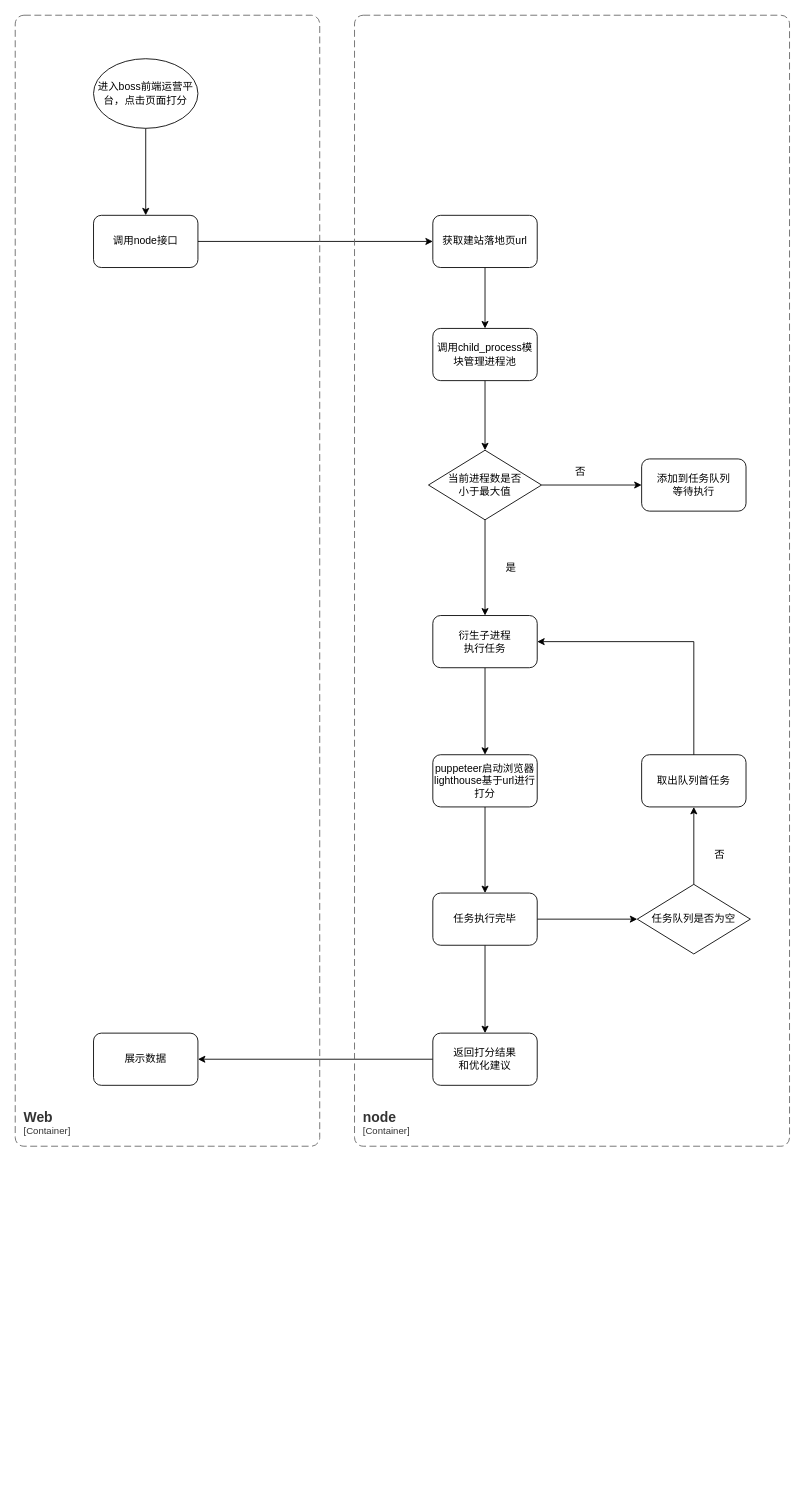
Hantron/jira keeps this draw.io diagram as 萤火虫接入lighthouse流程图.drawio. Above is the earlier version. Source tidied: cells renumbered, new cells numbered last; positions are measured from the earlier drawing's top-left corner, leaving out a move shared by most shapes. Both pictures are drawn from the tidied source at 87%, with x=0, y=0 at pixel (15, 15).
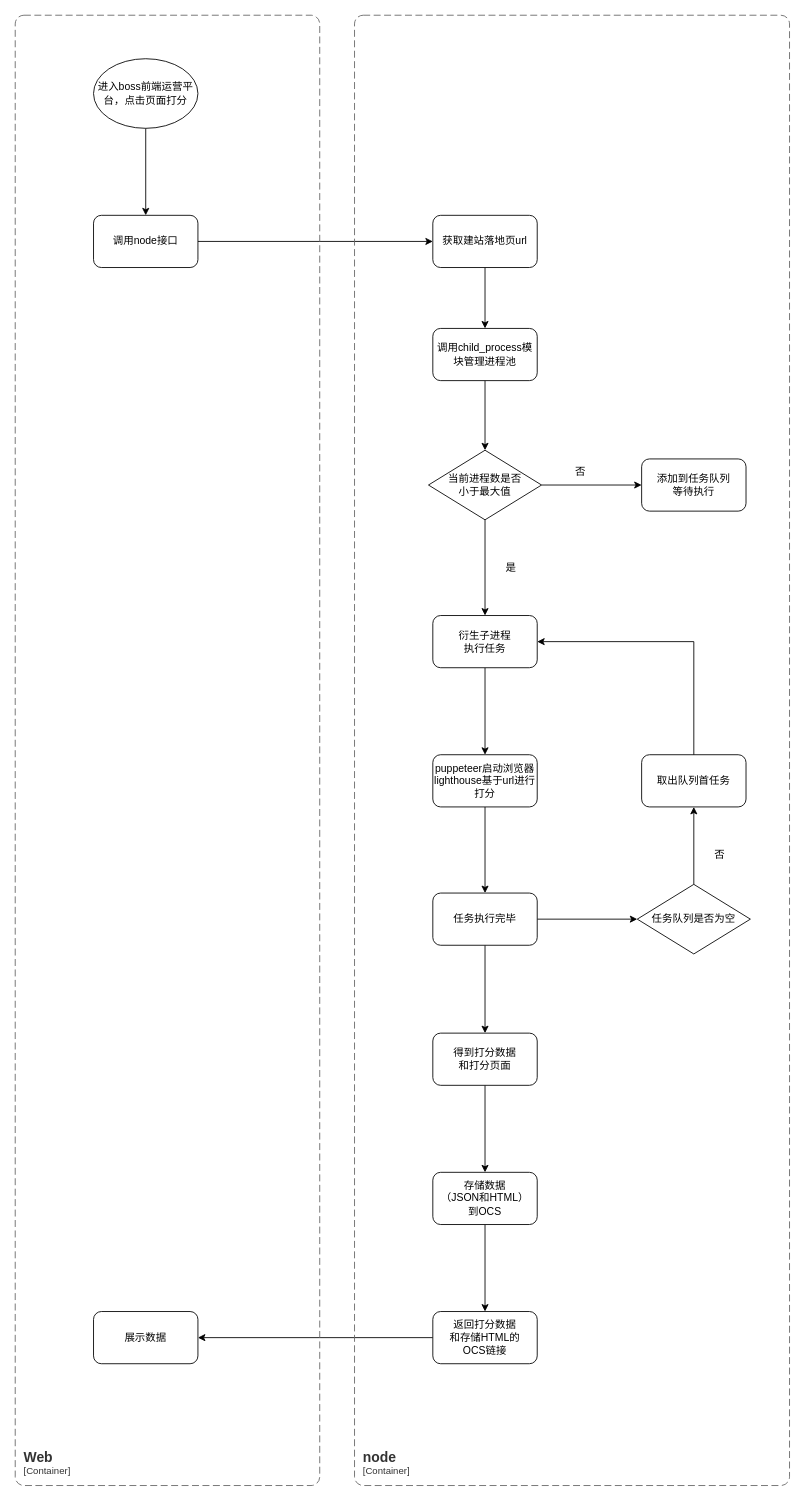
After the change.

Commit message:
更新萤火虫接入lighthouse流程图.drawio

Unchanged cells that the change refers to:
```xml
<mxCell id="23" value="任务执行完毕" style="rounded=1;whiteSpace=wrap;html=1;" parent="1" vertex="1">
  <mxGeometry x="480" y="1009" width="120" height="60" as="geometry" />
</mxCell>
```

Diff of the diagram source:
```diff
@@
-    <mxCell id="18" value="返回打分结果&lt;br&gt;和优化建议" style="rounded=1;whiteSpace=wrap;html=1;" parent="1" vertex="1">
-      <mxGeometry x="480" y="1170" width="120" height="60" as="geometry" />
+    <mxCell id="18" value="返回打分数据&lt;br&gt;和存储HTML的&lt;br&gt;OCS链接" style="rounded=1;whiteSpace=wrap;html=1;" parent="1" vertex="1">
+      <mxGeometry x="480" y="1490" width="120" height="60" as="geometry" />
     </mxCell>
     <mxCell id="19" value="展示数据" style="rounded=1;whiteSpace=wrap;html=1;" parent="1" vertex="1">
-      <mxGeometry x="90" y="1170" width="120" height="60" as="geometry" />
+      <mxGeometry x="90" y="1490" width="120" height="60" as="geometry" />
     </mxCell>
@@
-    <mxCell id="21" style="edgeStyle=orthogonalEdgeStyle;rounded=0;jettySize=auto;html=1;" parent="1" edge="1" source="23" target="18">
-      <mxGeometry relative="1" as="geometry" />
-    </mxCell>
@@
+    <mxCell id="33" style="edgeStyle=orthogonalEdgeStyle;rounded=0;jettySize=auto;html=1;" parent="1" edge="1" source="23" target="35">
+      <mxGeometry relative="1" as="geometry" />
+    </mxCell>
@@
     <object id="31" label="&lt;font style=&quot;font-size: 16px&quot;&gt;&lt;b&gt;&lt;div style=&quot;text-align: left&quot;&gt;%c4Name%&lt;/div&gt;&lt;/b&gt;&lt;/font&gt;&lt;div style=&quot;text-align: left&quot;&gt;[%c4Application%]&lt;/div&gt;" c4Application="Container" c4Name="Web" placeholders="1">
       <mxCell style="rounded=1;fontSize=11;whiteSpace=wrap;html=1;dashed=1;arcSize=20;fillColor=none;strokeColor=#666666;fontColor=#333333;labelBackgroundColor=none;align=left;verticalAlign=bottom;labelBorderColor=none;spacingTop=0;spacing=10;dashPattern=8 4;perimeter=rectanglePerimeter;noLabel=0;labelPadding=0;absoluteArcSize=1;" parent="1" vertex="1">
-        <mxGeometry width="350" height="1300" as="geometry" />
+        <mxGeometry width="350" height="1690" as="geometry" />
       </mxCell>
     </object>
     <object id="32" label="&lt;font style=&quot;font-size: 16px&quot;&gt;&lt;b&gt;&lt;div style=&quot;text-align: left&quot;&gt;%c4Name%&lt;/div&gt;&lt;/b&gt;&lt;/font&gt;&lt;div style=&quot;text-align: left&quot;&gt;[%c4Application%]&lt;/div&gt;" c4Application="Container" c4Name="node" placeholders="1">
       <mxCell style="rounded=1;fontSize=11;whiteSpace=wrap;html=1;dashed=1;arcSize=20;fillColor=none;strokeColor=#666666;fontColor=#333333;labelBackgroundColor=none;align=left;verticalAlign=bottom;labelBorderColor=none;spacingTop=0;spacing=10;dashPattern=8 4;perimeter=rectanglePerimeter;noLabel=0;labelPadding=0;absoluteArcSize=1;" parent="1" vertex="1">
-        <mxGeometry x="390" width="500" height="1300" as="geometry" />
+        <mxGeometry x="390" width="500" height="1690" as="geometry" />
       </mxCell>
     </object>
+    <mxCell id="34" style="edgeStyle=orthogonalEdgeStyle;rounded=0;jettySize=auto;html=1;" parent="1" edge="1" source="35" target="37">
+      <mxGeometry relative="1" as="geometry" />
+    </mxCell>
+    <mxCell id="35" value="得到打分数据&lt;br&gt;和打分页面" style="rounded=1;whiteSpace=wrap;html=1;" parent="1" vertex="1">
+      <mxGeometry x="480" y="1170" width="120" height="60" as="geometry" />
+    </mxCell>
+    <mxCell id="36" style="edgeStyle=orthogonalEdgeStyle;rounded=0;jettySize=auto;html=1;" parent="1" edge="1" source="37" target="18">
+      <mxGeometry relative="1" as="geometry" />
+    </mxCell>
+    <mxCell id="37" value="存储数据&lt;br&gt;（JSON和HTML）&lt;br&gt;到OCS" style="rounded=1;whiteSpace=wrap;html=1;" parent="1" vertex="1">
+      <mxGeometry x="480" y="1330" width="120" height="60" as="geometry" />
+    </mxCell>
```
